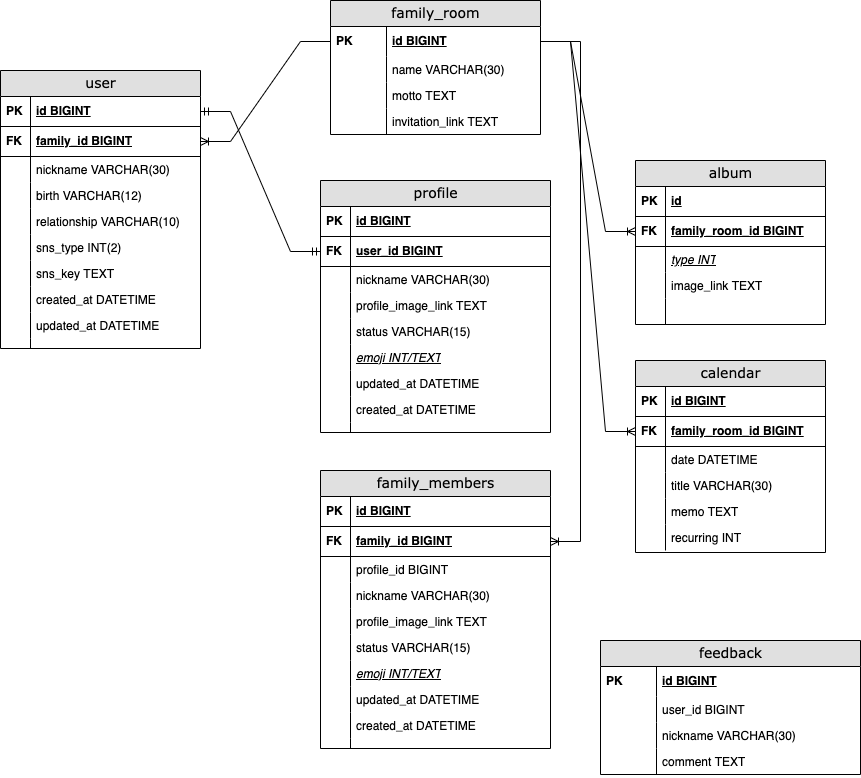
Earlier version of the draw.io export sofa_erd_v2.png (AnneMayor/TestRepository). Source tidied: cells renumbered, new cells last; positions are measured from the earlier drawing's top-left corner, leaving out a move shared by most shapes.
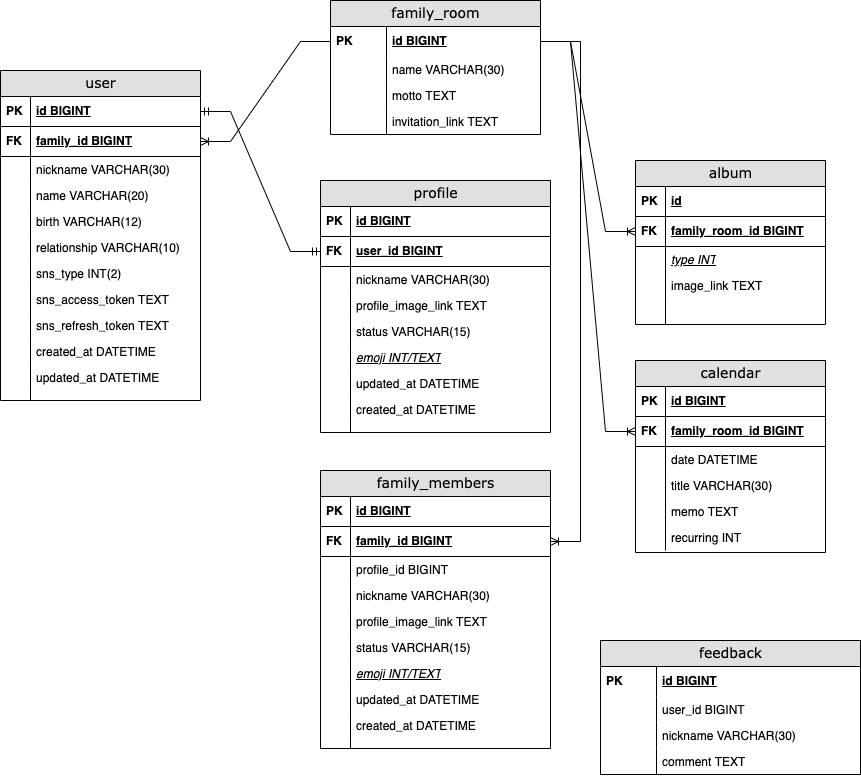
After the commit.

The edit, as a diff of the source:
```diff
@@ -186,7 +186,7 @@
       <mxGeometry width="56" height="26" as="geometry" />
     </mxCell>
     <mxCell id="63" value="user" style="swimlane;html=1;fontStyle=0;horizontal=1;startSize=26;fillColor=#e0e0e0;swimlaneFillColor=#ffffff;align=center;rounded=0;shadow=0;comic=0;labelBackgroundColor=none;strokeWidth=1;fontFamily=Verdana;fontSize=14;" parent="1" vertex="1">
-      <mxGeometry y="70" width="200" height="278" as="geometry" />
+      <mxGeometry y="70" width="200" height="330" as="geometry" />
     </mxCell>
     <mxCell id="64" value="id BIGINT" style="shape=partialRectangle;top=0;left=0;right=0;bottom=1;html=1;align=left;verticalAlign=middle;fillColor=none;spacingLeft=34;spacingRight=4;whiteSpace=wrap;overflow=hidden;points=[[0,0.5],[1,0.5]];portConstraint=eastwest;fontStyle=5;" parent="63" vertex="1">
       <mxGeometry y="26" width="200" height="30" as="geometry" />
@@ -206,44 +206,56 @@
     <mxCell id="69" style="shape=partialRectangle;top=0;left=0;bottom=0;html=1;fillColor=none;align=left;verticalAlign=top;spacingLeft=4;spacingRight=4;whiteSpace=wrap;overflow=hidden;" parent="68" vertex="1">
       <mxGeometry width="30" height="26" as="geometry" />
     </mxCell>
+    <mxCell id="110" value="name VARCHAR(20)" style="shape=partialRectangle;top=0;left=0;right=0;bottom=0;html=1;align=left;verticalAlign=top;fillColor=none;spacingLeft=34;spacingRight=4;whiteSpace=wrap;overflow=hidden;" parent="63" vertex="1">
+      <mxGeometry y="112" width="200" height="26" as="geometry" />
+    </mxCell>
+    <mxCell id="111" style="shape=partialRectangle;top=0;left=0;bottom=0;html=1;fillColor=none;align=left;verticalAlign=top;spacingLeft=4;spacingRight=4;whiteSpace=wrap;overflow=hidden;" parent="110" vertex="1">
+      <mxGeometry width="30" height="26" as="geometry" />
+    </mxCell>
     <mxCell id="70" value="birth VARCHAR(12)" style="shape=partialRectangle;top=0;left=0;right=0;bottom=0;html=1;align=left;verticalAlign=top;fillColor=none;spacingLeft=34;spacingRight=4;whiteSpace=wrap;overflow=hidden;" parent="63" vertex="1">
-      <mxGeometry y="112" width="200" height="26" as="geometry" />
+      <mxGeometry y="138" width="200" height="26" as="geometry" />
     </mxCell>
     <mxCell id="71" style="shape=partialRectangle;top=0;left=0;bottom=0;html=1;fillColor=none;align=left;verticalAlign=top;spacingLeft=4;spacingRight=4;whiteSpace=wrap;overflow=hidden;" parent="70" vertex="1">
       <mxGeometry width="30" height="26" as="geometry" />
     </mxCell>
     <mxCell id="72" value="relationship VARCHAR(10)" style="shape=partialRectangle;top=0;left=0;right=0;bottom=0;html=1;align=left;verticalAlign=top;fillColor=none;spacingLeft=34;spacingRight=4;whiteSpace=wrap;overflow=hidden;" parent="63" vertex="1">
-      <mxGeometry y="138" width="200" height="26" as="geometry" />
+      <mxGeometry y="164" width="200" height="26" as="geometry" />
     </mxCell>
     <mxCell id="73" style="shape=partialRectangle;top=0;left=0;bottom=0;html=1;fillColor=none;align=left;verticalAlign=top;spacingLeft=4;spacingRight=4;whiteSpace=wrap;overflow=hidden;" parent="72" vertex="1">
       <mxGeometry width="30" height="26" as="geometry" />
     </mxCell>
     <mxCell id="74" value="sns_type INT(2)" style="shape=partialRectangle;top=0;left=0;right=0;bottom=0;html=1;align=left;verticalAlign=top;fillColor=none;spacingLeft=34;spacingRight=4;whiteSpace=wrap;overflow=hidden;" parent="63" vertex="1">
-      <mxGeometry y="164" width="200" height="26" as="geometry" />
+      <mxGeometry y="190" width="200" height="26" as="geometry" />
     </mxCell>
     <mxCell id="75" style="shape=partialRectangle;top=0;left=0;bottom=0;html=1;fillColor=none;align=left;verticalAlign=top;spacingLeft=4;spacingRight=4;whiteSpace=wrap;overflow=hidden;" parent="74" vertex="1">
       <mxGeometry width="30" height="26" as="geometry" />
     </mxCell>
-    <mxCell id="76" value="sns_key TEXT" style="shape=partialRectangle;top=0;left=0;right=0;bottom=0;html=1;align=left;verticalAlign=top;fillColor=none;spacingLeft=34;spacingRight=4;whiteSpace=wrap;overflow=hidden;" parent="63" vertex="1">
-      <mxGeometry y="190" width="200" height="26" as="geometry" />
+    <mxCell id="76" value="sns_access_token TEXT" style="shape=partialRectangle;top=0;left=0;right=0;bottom=0;html=1;align=left;verticalAlign=top;fillColor=none;spacingLeft=34;spacingRight=4;whiteSpace=wrap;overflow=hidden;" parent="63" vertex="1">
+      <mxGeometry y="216" width="200" height="26" as="geometry" />
     </mxCell>
     <mxCell id="77" style="shape=partialRectangle;top=0;left=0;bottom=0;html=1;fillColor=none;align=left;verticalAlign=top;spacingLeft=4;spacingRight=4;whiteSpace=wrap;overflow=hidden;" parent="76" vertex="1">
       <mxGeometry width="30" height="26" as="geometry" />
     </mxCell>
+    <mxCell id="112" value="sns_refresh_token TEXT" style="shape=partialRectangle;top=0;left=0;right=0;bottom=0;html=1;align=left;verticalAlign=top;fillColor=none;spacingLeft=34;spacingRight=4;whiteSpace=wrap;overflow=hidden;" parent="63" vertex="1">
+      <mxGeometry y="242" width="200" height="26" as="geometry" />
+    </mxCell>
+    <mxCell id="113" style="shape=partialRectangle;top=0;left=0;bottom=0;html=1;fillColor=none;align=left;verticalAlign=top;spacingLeft=4;spacingRight=4;whiteSpace=wrap;overflow=hidden;" parent="112" vertex="1">
+      <mxGeometry width="30" height="26" as="geometry" />
+    </mxCell>
     <mxCell id="78" value="created_at DATETIME" style="shape=partialRectangle;top=0;left=0;right=0;bottom=0;html=1;align=left;verticalAlign=top;fillColor=none;spacingLeft=34;spacingRight=4;whiteSpace=wrap;overflow=hidden;" parent="63" vertex="1">
-      <mxGeometry y="216" width="200" height="26" as="geometry" />
+      <mxGeometry y="268" width="200" height="26" as="geometry" />
     </mxCell>
     <mxCell id="79" style="shape=partialRectangle;top=0;left=0;bottom=0;html=1;fillColor=none;align=left;verticalAlign=top;spacingLeft=4;spacingRight=4;whiteSpace=wrap;overflow=hidden;" parent="78" vertex="1">
       <mxGeometry width="30" height="26" as="geometry" />
     </mxCell>
     <mxCell id="80" value="updated_at DATETIME" style="shape=partialRectangle;top=0;left=0;right=0;bottom=0;html=1;align=left;verticalAlign=top;fillColor=none;spacingLeft=34;spacingRight=4;whiteSpace=wrap;overflow=hidden;" parent="63" vertex="1">
-      <mxGeometry y="242" width="200" height="26" as="geometry" />
+      <mxGeometry y="294" width="200" height="26" as="geometry" />
     </mxCell>
     <mxCell id="81" style="shape=partialRectangle;top=0;left=0;bottom=0;html=1;fillColor=none;align=left;verticalAlign=top;spacingLeft=4;spacingRight=4;whiteSpace=wrap;overflow=hidden;" parent="80" vertex="1">
       <mxGeometry width="30" height="26" as="geometry" />
     </mxCell>
     <mxCell id="82" style="shape=partialRectangle;top=0;left=0;right=0;bottom=0;html=1;align=left;verticalAlign=top;fillColor=none;spacingLeft=34;spacingRight=4;whiteSpace=wrap;overflow=hidden;" parent="63" vertex="1">
-      <mxGeometry y="268" width="200" height="10" as="geometry" />
+      <mxGeometry y="320" width="200" height="10" as="geometry" />
     </mxCell>
     <mxCell id="83" style="shape=partialRectangle;top=0;left=0;bottom=0;html=1;fillColor=none;align=left;verticalAlign=top;spacingLeft=4;spacingRight=4;whiteSpace=wrap;overflow=hidden;" parent="82" vertex="1">
       <mxGeometry width="30" height="10" as="geometry" />
```
